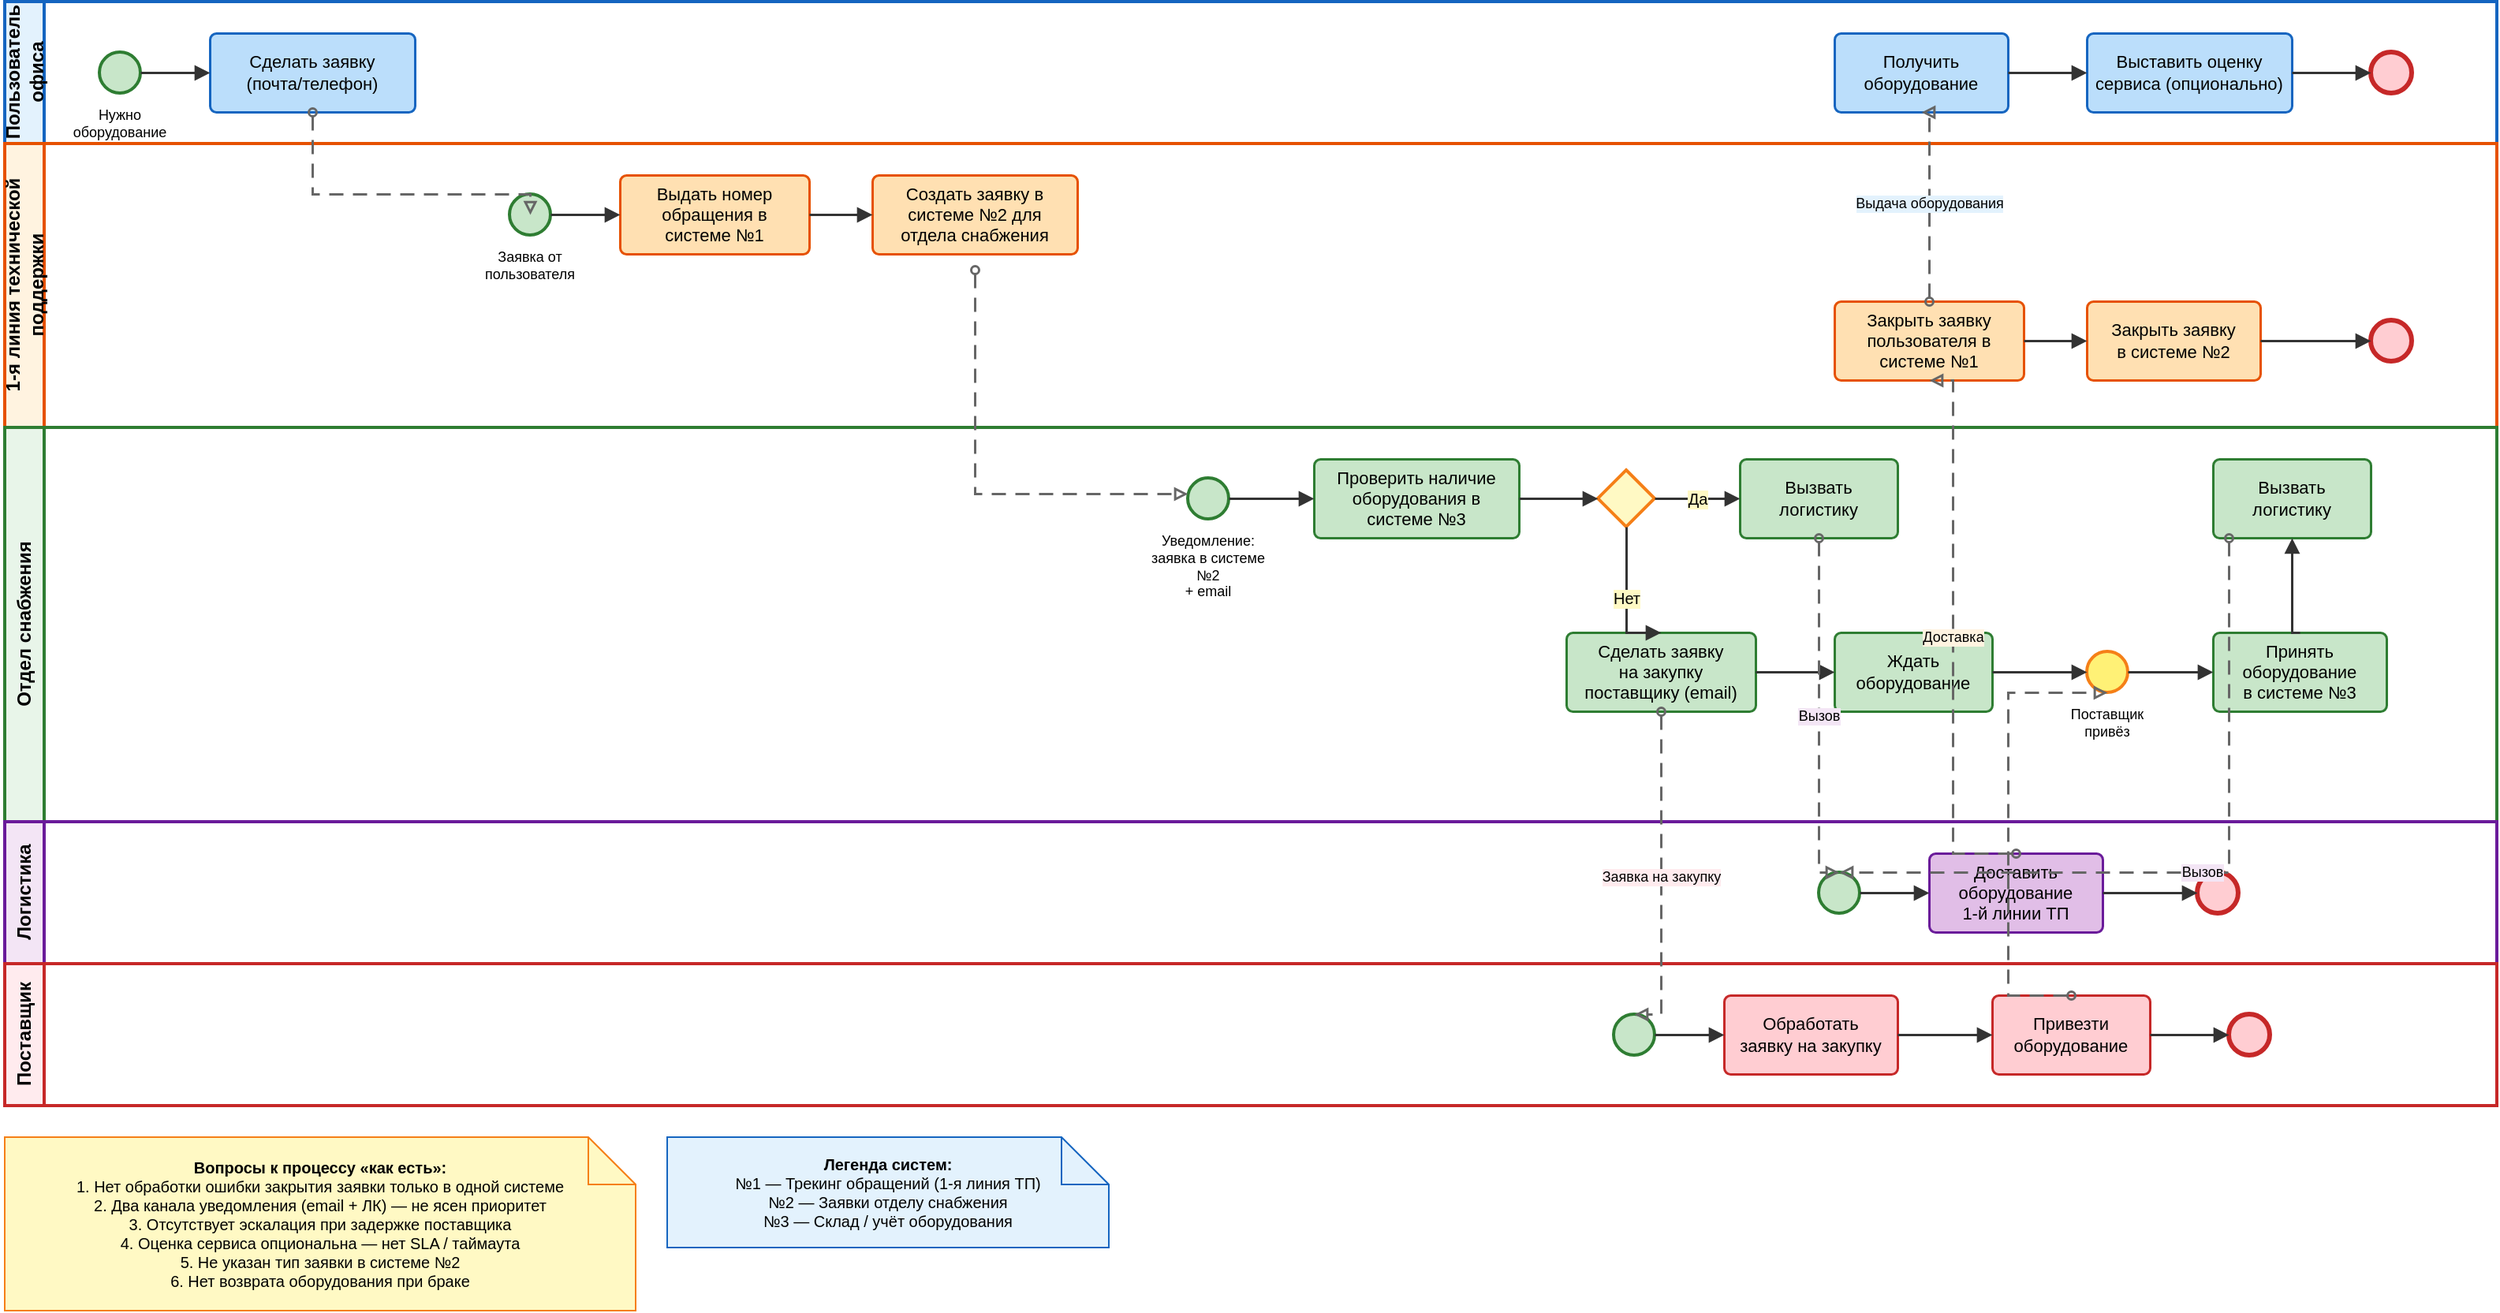
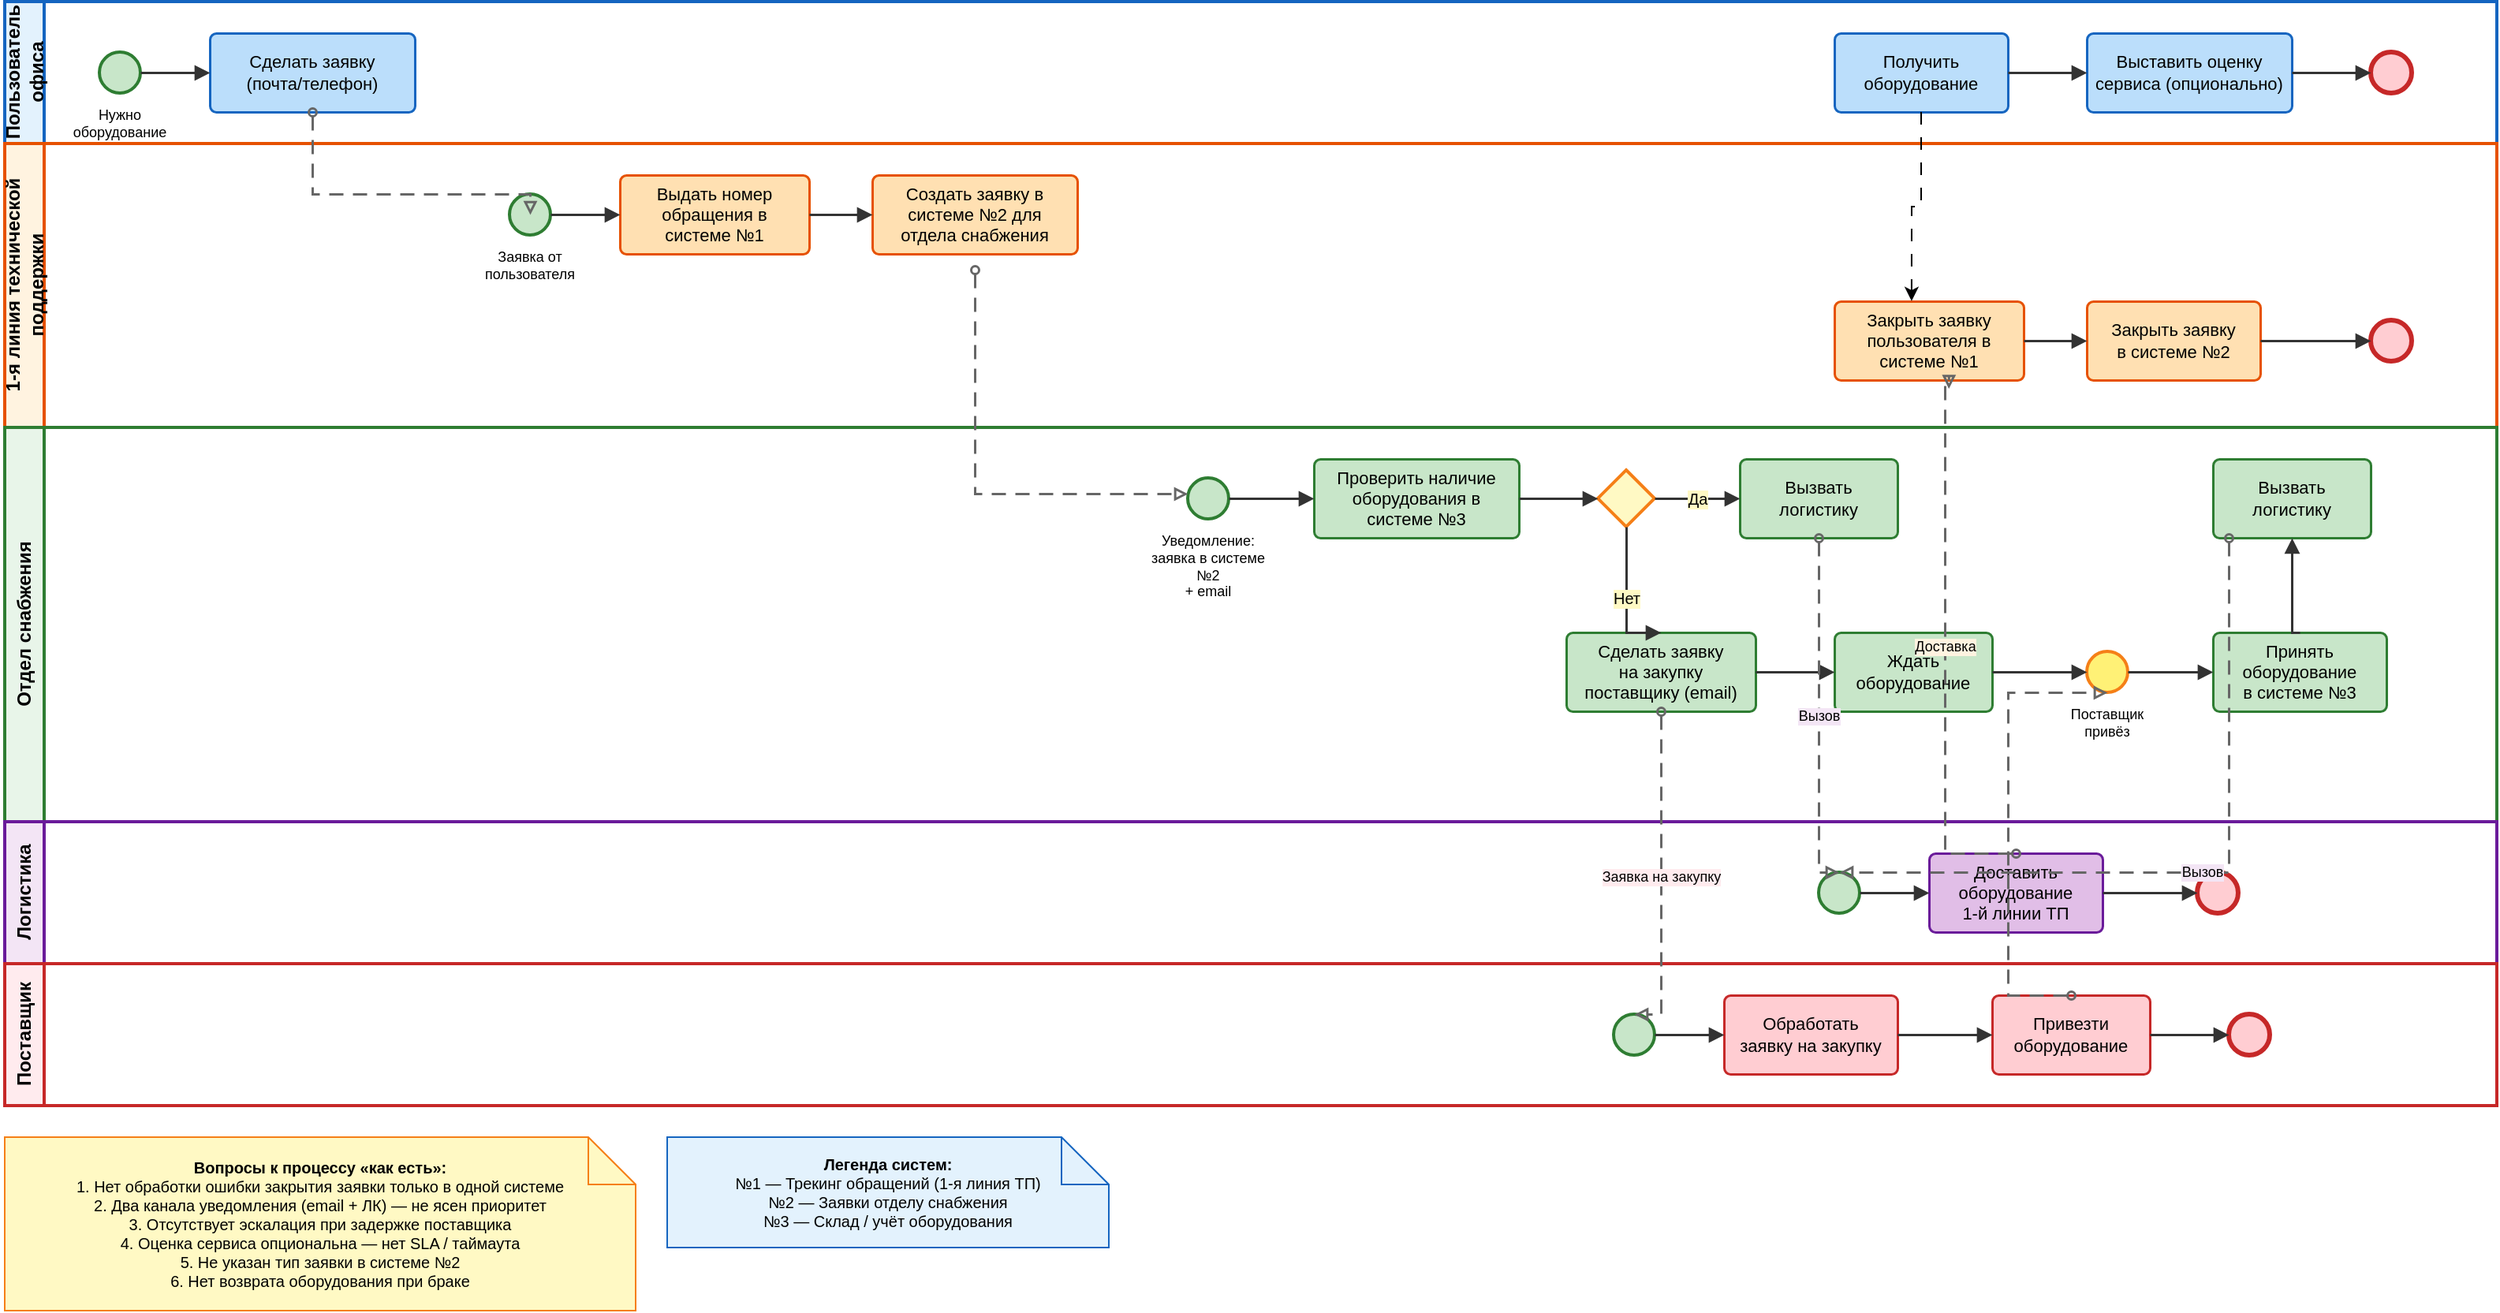
<mxfile host="app.diagrams.net" agent="Kimi">
  <diagram name="BPMN IT Equipment" id="it-equipment-bpmn">
    <mxGraphModel dx="2308" dy="875" grid="1" gridSize="10" guides="1" tooltips="1" connect="1" arrows="1" fold="1" page="1" pageScale="1" pageWidth="1700" pageHeight="1100" math="0" shadow="0">
      <root>
        <mxCell id="0" />
        <mxCell id="1" parent="0" />
        <mxCell id="pool-user" parent="1" style="swimlane;horizontal=0;startSize=25;swimlaneLine=1;collapsible=0;fontStyle=1;fillColor=#E3F2FD;strokeColor=#1565C0;strokeWidth=2;fontSize=12;whiteSpace=wrap;" value="Пользователь офиса" vertex="1">
          <mxGeometry height="90" width="1580" x="40" y="40" as="geometry" />
        </mxCell>
        <mxCell id="start-user" parent="pool-user" style="ellipse;whiteSpace=wrap;html=1;aspect=fixed;fillColor=#C8E6C9;strokeColor=#2E7D32;strokeWidth=2;" value="" vertex="1">
          <mxGeometry height="26" width="26" x="60" y="32" as="geometry" />
        </mxCell>
        <mxCell id="lbl-start-user" parent="pool-user" style="text;html=1;strokeColor=none;fillColor=none;align=center;verticalAlign=top;whiteSpace=wrap;rounded=0;fontSize=9;" value="Нужно&#xa;оборудование" vertex="1">
          <mxGeometry height="28" width="60" x="43" y="60" as="geometry" />
        </mxCell>
        <mxCell id="task-req" parent="pool-user" style="rounded=1;whiteSpace=wrap;html=1;arcSize=8;fillColor=#BBDEFB;strokeColor=#1565C0;strokeWidth=1.5;fontSize=11;" value="Сделать заявку&#xa;(почта/телефон)" vertex="1">
          <mxGeometry height="50" width="130" x="130" y="20" as="geometry" />
        </mxCell>
        <mxCell id="task-receive" parent="pool-user" style="rounded=1;whiteSpace=wrap;html=1;arcSize=8;fillColor=#BBDEFB;strokeColor=#1565C0;strokeWidth=1.5;fontSize=11;" value="Получить&#xa;оборудование" vertex="1">
          <mxGeometry height="50" width="110" x="1160" y="20" as="geometry" />
        </mxCell>
        <mxCell id="task-rate" parent="pool-user" style="rounded=1;whiteSpace=wrap;html=1;arcSize=8;fillColor=#BBDEFB;strokeColor=#1565C0;strokeWidth=1.5;fontSize=11;" value="Выставить оценку&#xa;сервиса (опционально)" vertex="1">
          <mxGeometry height="50" width="130" x="1320" y="20" as="geometry" />
        </mxCell>
        <mxCell id="end-user" parent="pool-user" style="ellipse;whiteSpace=wrap;html=1;aspect=fixed;fillColor=#FFCDD2;strokeColor=#C62828;strokeWidth=3;" value="" vertex="1">
          <mxGeometry height="26" width="26" x="1500" y="32" as="geometry" />
        </mxCell>
        <mxCell id="sf1" edge="1" parent="pool-user" source="start-user" style="edgeStyle=orthogonalEdgeStyle;rounded=0;orthogonalLoop=1;jettySize=auto;html=1;exitX=1;exitY=0.5;exitDx=0;exitDy=0;entryX=0;entryY=0.5;entryDx=0;entryDy=0;strokeColor=#333333;strokeWidth=1.5;endArrow=block;endFill=1;" target="task-req" value="">
          <mxGeometry relative="1" as="geometry" />
        </mxCell>
        <mxCell id="sf2" edge="1" parent="pool-user" source="task-receive" style="edgeStyle=orthogonalEdgeStyle;rounded=0;orthogonalLoop=1;jettySize=auto;html=1;exitX=1;exitY=0.5;exitDx=0;exitDy=0;entryX=0;entryY=0.5;entryDx=0;entryDy=0;strokeColor=#333333;strokeWidth=1.5;endArrow=block;endFill=1;" target="task-rate" value="">
          <mxGeometry relative="1" as="geometry" />
        </mxCell>
        <mxCell id="sf3" edge="1" parent="pool-user" source="task-rate" style="edgeStyle=orthogonalEdgeStyle;rounded=0;orthogonalLoop=1;jettySize=auto;html=1;exitX=1;exitY=0.5;exitDx=0;exitDy=0;entryX=0;entryY=0.5;entryDx=0;entryDy=0;strokeColor=#333333;strokeWidth=1.5;endArrow=block;endFill=1;" target="end-user" value="">
          <mxGeometry relative="1" as="geometry" />
        </mxCell>
        <mxCell id="pool-l1" parent="1" style="swimlane;horizontal=0;startSize=25;swimlaneLine=1;collapsible=0;fontStyle=1;fillColor=#FFF3E0;strokeColor=#E65100;strokeWidth=2;fontSize=12;whiteSpace=wrap;" value="1-я линия технической поддержки" vertex="1">
          <mxGeometry height="180" width="1580" x="40" y="130" as="geometry" />
        </mxCell>
        <mxCell id="start-l1" parent="pool-l1" style="ellipse;whiteSpace=wrap;html=1;aspect=fixed;fillColor=#C8E6C9;strokeColor=#2E7D32;strokeWidth=2;" value="" vertex="1">
          <mxGeometry height="26" width="26" x="320" y="32" as="geometry" />
        </mxCell>
        <mxCell id="lbl-start-l1" parent="pool-l1" style="text;html=1;strokeColor=none;fillColor=none;align=center;verticalAlign=top;whiteSpace=wrap;rounded=0;fontSize=9;" value="Заявка от&#xa;пользователя" vertex="1">
          <mxGeometry height="28" width="60" x="303" y="60" as="geometry" />
        </mxCell>
        <mxCell id="task-ticket1" parent="pool-l1" style="rounded=1;whiteSpace=wrap;html=1;arcSize=8;fillColor=#FFE0B2;strokeColor=#E65100;strokeWidth=1.5;fontSize=11;" value="Выдать номер&#xa;обращения в&#xa;системе №1" vertex="1">
          <mxGeometry height="50" width="120" x="390" y="20" as="geometry" />
        </mxCell>
        <mxCell id="task-create-req" parent="pool-l1" style="rounded=1;whiteSpace=wrap;html=1;arcSize=8;fillColor=#FFE0B2;strokeColor=#E65100;strokeWidth=1.5;fontSize=11;" value="Создать заявку в&#xa;системе №2 для&#xa;отдела снабжения" vertex="1">
          <mxGeometry height="50" width="130" x="550" y="20" as="geometry" />
        </mxCell>
        <mxCell id="task-close1" parent="pool-l1" style="rounded=1;whiteSpace=wrap;html=1;arcSize=8;fillColor=#FFE0B2;strokeColor=#E65100;strokeWidth=1.5;fontSize=11;" value="Закрыть заявку&#xa;пользователя в&#xa;системе №1" vertex="1">
          <mxGeometry height="50" width="120" x="1160" y="100" as="geometry" />
        </mxCell>
        <mxCell id="task-close2" parent="pool-l1" style="rounded=1;whiteSpace=wrap;html=1;arcSize=8;fillColor=#FFE0B2;strokeColor=#E65100;strokeWidth=1.5;fontSize=11;" value="Закрыть заявку&#xa;в системе №2" vertex="1">
          <mxGeometry height="50" width="110" x="1320" y="100" as="geometry" />
        </mxCell>
        <mxCell id="end-l1" parent="pool-l1" style="ellipse;whiteSpace=wrap;html=1;aspect=fixed;fillColor=#FFCDD2;strokeColor=#C62828;strokeWidth=3;" value="" vertex="1">
          <mxGeometry height="26" width="26" x="1500" y="112" as="geometry" />
        </mxCell>
        <mxCell id="sf4" edge="1" parent="pool-l1" source="start-l1" style="edgeStyle=orthogonalEdgeStyle;rounded=0;orthogonalLoop=1;jettySize=auto;html=1;exitX=1;exitY=0.5;exitDx=0;exitDy=0;entryX=0;entryY=0.5;entryDx=0;entryDy=0;strokeColor=#333333;strokeWidth=1.5;endArrow=block;endFill=1;" target="task-ticket1" value="">
          <mxGeometry relative="1" as="geometry" />
        </mxCell>
        <mxCell id="sf5" edge="1" parent="pool-l1" source="task-ticket1" style="edgeStyle=orthogonalEdgeStyle;rounded=0;orthogonalLoop=1;jettySize=auto;html=1;exitX=1;exitY=0.5;exitDx=0;exitDy=0;entryX=0;entryY=0.5;entryDx=0;entryDy=0;strokeColor=#333333;strokeWidth=1.5;endArrow=block;endFill=1;" target="task-create-req" value="">
          <mxGeometry relative="1" as="geometry" />
        </mxCell>
        <mxCell id="sf6" edge="1" parent="pool-l1" source="task-close1" style="edgeStyle=orthogonalEdgeStyle;rounded=0;orthogonalLoop=1;jettySize=auto;html=1;exitX=1;exitY=0.5;exitDx=0;exitDy=0;entryX=0;entryY=0.5;entryDx=0;entryDy=0;strokeColor=#333333;strokeWidth=1.5;endArrow=block;endFill=1;" target="task-close2" value="">
          <mxGeometry relative="1" as="geometry" />
        </mxCell>
        <mxCell id="sf7" edge="1" parent="pool-l1" source="task-close2" style="edgeStyle=orthogonalEdgeStyle;rounded=0;orthogonalLoop=1;jettySize=auto;html=1;exitX=1;exitY=0.5;exitDx=0;exitDy=0;entryX=0;entryY=0.5;entryDx=0;entryDy=0;strokeColor=#333333;strokeWidth=1.5;endArrow=block;endFill=1;" target="end-l1" value="">
          <mxGeometry relative="1" as="geometry" />
        </mxCell>
        <mxCell id="pool-supply" parent="1" style="swimlane;horizontal=0;startSize=25;swimlaneLine=1;collapsible=0;fontStyle=1;fillColor=#E8F5E9;strokeColor=#2E7D32;strokeWidth=2;fontSize=12;whiteSpace=wrap;" value="Отдел снабжения" vertex="1">
          <mxGeometry height="250" width="1580" x="40" y="310" as="geometry" />
        </mxCell>
        <mxCell id="start-supply" parent="pool-supply" style="ellipse;whiteSpace=wrap;html=1;aspect=fixed;fillColor=#C8E6C9;strokeColor=#2E7D32;strokeWidth=2;" value="" vertex="1">
          <mxGeometry height="26" width="26" x="750" y="32" as="geometry" />
        </mxCell>
        <mxCell id="lbl-start-supply" parent="pool-supply" style="text;html=1;strokeColor=none;fillColor=none;align=center;verticalAlign=top;whiteSpace=wrap;rounded=0;fontSize=9;" value="Уведомление:&#xa;заявка в системе №2&#xa;+ email" vertex="1">
          <mxGeometry height="36" width="86" x="720" y="60" as="geometry" />
        </mxCell>
        <mxCell id="task-check" parent="pool-supply" style="rounded=1;whiteSpace=wrap;html=1;arcSize=8;fillColor=#C8E6C9;strokeColor=#2E7D32;strokeWidth=1.5;fontSize=11;" value="Проверить наличие&#xa;оборудования в&#xa;системе №3" vertex="1">
          <mxGeometry height="50" width="130" x="830" y="20" as="geometry" />
        </mxCell>
        <mxCell id="gateway-check" parent="pool-supply" style="rhombus;whiteSpace=wrap;html=1;fillColor=#FFF9C4;strokeColor=#F57F17;strokeWidth=2;" value="" vertex="1">
          <mxGeometry height="36" width="36" x="1010" y="27" as="geometry" />
        </mxCell>
        <mxCell id="task-call-log-yes" parent="pool-supply" style="rounded=1;whiteSpace=wrap;html=1;arcSize=8;fillColor=#C8E6C9;strokeColor=#2E7D32;strokeWidth=1.5;fontSize=11;" value="Вызвать&#xa;логистику" vertex="1">
          <mxGeometry height="50" width="100" x="1100" y="20" as="geometry" />
        </mxCell>
        <mxCell id="task-order" parent="pool-supply" style="rounded=1;whiteSpace=wrap;html=1;arcSize=8;fillColor=#C8E6C9;strokeColor=#2E7D32;strokeWidth=1.5;fontSize=11;" value="Сделать заявку&#xa;на закупку&#xa;поставщику (email)" vertex="1">
          <mxGeometry height="50" width="120" x="990" y="130" as="geometry" />
        </mxCell>
        <mxCell id="task-wait" parent="pool-supply" style="rounded=1;whiteSpace=wrap;html=1;arcSize=8;fillColor=#C8E6C9;strokeColor=#2E7D32;strokeWidth=1.5;fontSize=11;" value="Ждать&#xa;оборудование" vertex="1">
          <mxGeometry height="50" width="100" x="1160" y="130" as="geometry" />
        </mxCell>
        <mxCell id="event-receive" parent="pool-supply" style="ellipse;whiteSpace=wrap;html=1;aspect=fixed;fillColor=#FFF176;strokeColor=#F57F17;strokeWidth=2;" value="" vertex="1">
          <mxGeometry height="26" width="26" x="1320" y="142" as="geometry" />
        </mxCell>
        <mxCell id="lbl-receive" parent="pool-supply" style="text;html=1;strokeColor=none;fillColor=none;align=center;verticalAlign=top;whiteSpace=wrap;rounded=0;fontSize=9;" value="Поставщик&#xa;привёз" vertex="1">
          <mxGeometry height="24" width="60" x="1303" y="170" as="geometry" />
        </mxCell>
        <mxCell id="task-accept" parent="pool-supply" style="rounded=1;whiteSpace=wrap;html=1;arcSize=8;fillColor=#C8E6C9;strokeColor=#2E7D32;strokeWidth=1.5;fontSize=11;" value="Принять&#xa;оборудование&#xa;в системе №3" vertex="1">
          <mxGeometry height="50" width="110" x="1400" y="130" as="geometry" />
        </mxCell>
        <mxCell id="task-call-log-no" parent="pool-supply" style="rounded=1;whiteSpace=wrap;html=1;arcSize=8;fillColor=#C8E6C9;strokeColor=#2E7D32;strokeWidth=1.5;fontSize=11;" value="Вызвать&#xa;логистику" vertex="1">
          <mxGeometry height="50" width="100" x="1400" y="20" as="geometry" />
        </mxCell>
        <mxCell id="sf8" edge="1" parent="pool-supply" source="start-supply" style="edgeStyle=orthogonalEdgeStyle;rounded=0;orthogonalLoop=1;jettySize=auto;html=1;exitX=1;exitY=0.5;exitDx=0;exitDy=0;entryX=0;entryY=0.5;entryDx=0;entryDy=0;strokeColor=#333333;strokeWidth=1.5;endArrow=block;endFill=1;" target="task-check" value="">
          <mxGeometry relative="1" as="geometry" />
        </mxCell>
        <mxCell id="sf9" edge="1" parent="pool-supply" source="task-check" style="edgeStyle=orthogonalEdgeStyle;rounded=0;orthogonalLoop=1;jettySize=auto;html=1;exitX=1;exitY=0.5;exitDx=0;exitDy=0;entryX=0;entryY=0.5;entryDx=0;entryDy=0;strokeColor=#333333;strokeWidth=1.5;endArrow=block;endFill=1;" target="gateway-check" value="">
          <mxGeometry relative="1" as="geometry" />
        </mxCell>
        <mxCell id="sf10" edge="1" parent="pool-supply" source="gateway-check" style="edgeStyle=orthogonalEdgeStyle;rounded=0;orthogonalLoop=1;jettySize=auto;html=1;exitX=1;exitY=0.5;exitDx=0;exitDy=0;entryX=0;entryY=0.5;entryDx=0;entryDy=0;strokeColor=#333333;strokeWidth=1.5;endArrow=block;endFill=1;labelBackgroundColor=#FFF9C4;fontSize=10;" target="task-call-log-yes" value="Да">
          <mxGeometry relative="1" as="geometry" />
        </mxCell>
        <mxCell id="sf11" edge="1" parent="pool-supply" source="gateway-check" style="edgeStyle=orthogonalEdgeStyle;rounded=0;orthogonalLoop=1;jettySize=auto;html=1;exitX=0.5;exitY=1;exitDx=0;exitDy=0;entryX=0.5;entryY=0;entryDx=0;entryDy=0;strokeColor=#333333;strokeWidth=1.5;endArrow=block;endFill=1;labelBackgroundColor=#FFF9C4;fontSize=10;" target="task-order" value="Нет">
          <mxGeometry relative="1" as="geometry">
            <Array as="points">
              <mxPoint x="1028" y="130" />
            </Array>
          </mxGeometry>
        </mxCell>
        <mxCell id="sf12" edge="1" parent="pool-supply" source="task-order" style="edgeStyle=orthogonalEdgeStyle;rounded=0;orthogonalLoop=1;jettySize=auto;html=1;exitX=1;exitY=0.5;exitDx=0;exitDy=0;entryX=0;entryY=0.5;entryDx=0;entryDy=0;strokeColor=#333333;strokeWidth=1.5;endArrow=block;endFill=1;" target="task-wait" value="">
          <mxGeometry relative="1" as="geometry" />
        </mxCell>
        <mxCell id="sf13" edge="1" parent="pool-supply" source="task-wait" style="edgeStyle=orthogonalEdgeStyle;rounded=0;orthogonalLoop=1;jettySize=auto;html=1;exitX=1;exitY=0.5;exitDx=0;exitDy=0;entryX=0;entryY=0.5;entryDx=0;entryDy=0;strokeColor=#333333;strokeWidth=1.5;endArrow=block;endFill=1;" target="event-receive" value="">
          <mxGeometry relative="1" as="geometry" />
        </mxCell>
        <mxCell id="sf14" edge="1" parent="pool-supply" source="event-receive" style="edgeStyle=orthogonalEdgeStyle;rounded=0;orthogonalLoop=1;jettySize=auto;html=1;exitX=1;exitY=0.5;exitDx=0;exitDy=0;entryX=0;entryY=0.5;entryDx=0;entryDy=0;strokeColor=#333333;strokeWidth=1.5;endArrow=block;endFill=1;" target="task-accept" value="">
          <mxGeometry relative="1" as="geometry" />
        </mxCell>
        <mxCell id="sf15" edge="1" parent="pool-supply" source="task-accept" style="edgeStyle=orthogonalEdgeStyle;rounded=0;orthogonalLoop=1;jettySize=auto;html=1;exitX=0.5;exitY=0;exitDx=0;exitDy=0;entryX=0.5;entryY=1;entryDx=0;entryDy=0;strokeColor=#333333;strokeWidth=1.5;endArrow=block;endFill=1;" target="task-call-log-no" value="">
          <mxGeometry relative="1" as="geometry">
            <Array as="points">
              <mxPoint x="1450" y="130" />
            </Array>
          </mxGeometry>
        </mxCell>
        <mxCell id="mf2" edge="1" parent="pool-supply" style="edgeStyle=orthogonalEdgeStyle;rounded=0;orthogonalLoop=1;jettySize=auto;html=1;exitX=0.5;exitY=1;exitDx=0;exitDy=0;strokeColor=#666666;strokeWidth=1.5;dashed=1;dashPattern=6 4;startArrow=oval;startFill=0;startSize=5;endArrow=block;endFill=0;endSize=5;" value="">
          <mxGeometry relative="1" as="geometry">
            <Array as="points">
              <mxPoint x="615" y="42" />
            </Array>
            <mxPoint x="615" y="-100" as="sourcePoint" />
            <mxPoint x="750" y="42" as="targetPoint" />
          </mxGeometry>
        </mxCell>
        <mxCell id="pool-log" parent="1" style="swimlane;horizontal=0;startSize=25;swimlaneLine=1;collapsible=0;fontStyle=1;fillColor=#F3E5F5;strokeColor=#6A1B9A;strokeWidth=2;fontSize=12;whiteSpace=wrap;" value="Логистика" vertex="1">
          <mxGeometry height="90" width="1580" x="40" y="560" as="geometry" />
        </mxCell>
        <mxCell id="start-log" parent="pool-log" style="ellipse;whiteSpace=wrap;html=1;aspect=fixed;fillColor=#C8E6C9;strokeColor=#2E7D32;strokeWidth=2;" value="" vertex="1">
          <mxGeometry height="26" width="26" x="1150" y="32" as="geometry" />
        </mxCell>
        <mxCell id="task-deliver" parent="pool-log" style="rounded=1;whiteSpace=wrap;html=1;arcSize=8;fillColor=#E1BEE7;strokeColor=#6A1B9A;strokeWidth=1.5;fontSize=11;" value="Доставить&#xa;оборудование&#xa;1-й линии ТП" vertex="1">
          <mxGeometry height="50" width="110" x="1220" y="20" as="geometry" />
        </mxCell>
        <mxCell id="end-log" parent="pool-log" style="ellipse;whiteSpace=wrap;html=1;aspect=fixed;fillColor=#FFCDD2;strokeColor=#C62828;strokeWidth=3;" value="" vertex="1">
          <mxGeometry height="26" width="26" x="1390" y="32" as="geometry" />
        </mxCell>
        <mxCell id="sf16" edge="1" parent="pool-log" source="start-log" style="edgeStyle=orthogonalEdgeStyle;rounded=0;orthogonalLoop=1;jettySize=auto;html=1;exitX=1;exitY=0.5;exitDx=0;exitDy=0;entryX=0;entryY=0.5;entryDx=0;entryDy=0;strokeColor=#333333;strokeWidth=1.5;endArrow=block;endFill=1;" target="task-deliver" value="">
          <mxGeometry relative="1" as="geometry" />
        </mxCell>
        <mxCell id="sf17" edge="1" parent="pool-log" source="task-deliver" style="edgeStyle=orthogonalEdgeStyle;rounded=0;orthogonalLoop=1;jettySize=auto;html=1;exitX=1;exitY=0.5;exitDx=0;exitDy=0;entryX=0;entryY=0.5;entryDx=0;entryDy=0;strokeColor=#333333;strokeWidth=1.5;endArrow=block;endFill=1;" target="end-log" value="">
          <mxGeometry relative="1" as="geometry" />
        </mxCell>
        <mxCell id="pool-vendor" parent="1" style="swimlane;horizontal=0;startSize=25;swimlaneLine=1;collapsible=0;fontStyle=1;fillColor=#FFEBEE;strokeColor=#C62828;strokeWidth=2;fontSize=12;whiteSpace=wrap;" value="Поставщик" vertex="1">
          <mxGeometry height="90" width="1580" x="40" y="650" as="geometry" />
        </mxCell>
        <mxCell id="start-vendor" parent="pool-vendor" style="ellipse;whiteSpace=wrap;html=1;aspect=fixed;fillColor=#C8E6C9;strokeColor=#2E7D32;strokeWidth=2;" value="" vertex="1">
          <mxGeometry height="26" width="26" x="1020" y="32" as="geometry" />
        </mxCell>
        <mxCell id="task-process" parent="pool-vendor" style="rounded=1;whiteSpace=wrap;html=1;arcSize=8;fillColor=#FFCDD2;strokeColor=#C62828;strokeWidth=1.5;fontSize=11;" value="Обработать&#xa;заявку на закупку" vertex="1">
          <mxGeometry height="50" width="110" x="1090" y="20" as="geometry" />
        </mxCell>
        <mxCell id="task-ship" parent="pool-vendor" style="rounded=1;whiteSpace=wrap;html=1;arcSize=8;fillColor=#FFCDD2;strokeColor=#C62828;strokeWidth=1.5;fontSize=11;" value="Привезти&#xa;оборудование" vertex="1">
          <mxGeometry height="50" width="100" x="1260" y="20" as="geometry" />
        </mxCell>
        <mxCell id="end-vendor" parent="pool-vendor" style="ellipse;whiteSpace=wrap;html=1;aspect=fixed;fillColor=#FFCDD2;strokeColor=#C62828;strokeWidth=3;" value="" vertex="1">
          <mxGeometry height="26" width="26" x="1410" y="32" as="geometry" />
        </mxCell>
        <mxCell id="sf18" edge="1" parent="pool-vendor" source="start-vendor" style="edgeStyle=orthogonalEdgeStyle;rounded=0;orthogonalLoop=1;jettySize=auto;html=1;exitX=1;exitY=0.5;exitDx=0;exitDy=0;entryX=0;entryY=0.5;entryDx=0;entryDy=0;strokeColor=#333333;strokeWidth=1.5;endArrow=block;endFill=1;" target="task-process" value="">
          <mxGeometry relative="1" as="geometry" />
        </mxCell>
        <mxCell id="sf19" edge="1" parent="pool-vendor" source="task-process" style="edgeStyle=orthogonalEdgeStyle;rounded=0;orthogonalLoop=1;jettySize=auto;html=1;exitX=1;exitY=0.5;exitDx=0;exitDy=0;entryX=0;entryY=0.5;entryDx=0;entryDy=0;strokeColor=#333333;strokeWidth=1.5;endArrow=block;endFill=1;" target="task-ship" value="">
          <mxGeometry relative="1" as="geometry" />
        </mxCell>
        <mxCell id="sf20" edge="1" parent="pool-vendor" source="task-ship" style="edgeStyle=orthogonalEdgeStyle;rounded=0;orthogonalLoop=1;jettySize=auto;html=1;exitX=1;exitY=0.5;exitDx=0;exitDy=0;entryX=0;entryY=0.5;entryDx=0;entryDy=0;strokeColor=#333333;strokeWidth=1.5;endArrow=block;endFill=1;" target="end-vendor" value="">
          <mxGeometry relative="1" as="geometry" />
        </mxCell>
        <mxCell id="mf1" edge="1" parent="1" source="task-req" style="edgeStyle=orthogonalEdgeStyle;rounded=0;orthogonalLoop=1;jettySize=auto;html=1;exitX=0.5;exitY=1;exitDx=0;exitDy=0;strokeColor=#666666;strokeWidth=1.5;dashed=1;dashPattern=6 4;startArrow=oval;startFill=0;startSize=5;endArrow=block;endFill=0;endSize=5;" value="">
          <mxGeometry relative="1" as="geometry">
            <Array as="points">
              <mxPoint x="235" y="162" />
            </Array>
            <mxPoint x="373" y="175" as="targetPoint" />
          </mxGeometry>
        </mxCell>
        <mxCell id="mf3" edge="1" parent="1" source="task-call-log-yes" style="edgeStyle=orthogonalEdgeStyle;rounded=0;orthogonalLoop=1;jettySize=auto;html=1;exitX=0.5;exitY=1;exitDx=0;exitDy=0;entryX=0.5;entryY=0;entryDx=0;entryDy=0;strokeColor=#666666;strokeWidth=1.5;dashed=1;dashPattern=6 4;startArrow=oval;startFill=0;startSize=5;endArrow=block;endFill=0;endSize=5;fontSize=9;labelBackgroundColor=#F3E5F5;" target="start-log" value="Вызов">
          <mxGeometry relative="1" as="geometry">
            <Array as="points">
              <mxPoint x="1190" y="592" />
            </Array>
          </mxGeometry>
        </mxCell>
        <mxCell id="mf4" edge="1" parent="1" style="edgeStyle=orthogonalEdgeStyle;rounded=0;orthogonalLoop=1;jettySize=auto;html=1;entryX=0.5;entryY=0;entryDx=0;entryDy=0;strokeColor=#666666;strokeWidth=1.5;dashed=1;dashPattern=6 4;startArrow=oval;startFill=0;startSize=5;endArrow=block;endFill=0;endSize=5;fontSize=9;labelBackgroundColor=#F3E5F5;" target="start-log" value="Вызов">
          <mxGeometry relative="1" as="geometry">
            <Array as="points">
              <mxPoint x="1450" y="380" />
              <mxPoint x="1450" y="592" />
            </Array>
            <mxPoint x="1450" y="380" as="sourcePoint" />
          </mxGeometry>
        </mxCell>
        <mxCell id="mf5" edge="1" parent="1" source="task-order" style="edgeStyle=orthogonalEdgeStyle;rounded=0;orthogonalLoop=1;jettySize=auto;html=1;exitX=0.5;exitY=1;exitDx=0;exitDy=0;entryX=0.5;entryY=0;entryDx=0;entryDy=0;strokeColor=#666666;strokeWidth=1.5;dashed=1;dashPattern=6 4;startArrow=oval;startFill=0;startSize=5;endArrow=block;endFill=0;endSize=5;fontSize=9;labelBackgroundColor=#FFEBEE;" target="start-vendor" value="Заявка на закупку">
          <mxGeometry relative="1" as="geometry">
            <Array as="points">
              <mxPoint x="1090" y="682" />
            </Array>
          </mxGeometry>
        </mxCell>
        <mxCell id="mf6" edge="1" parent="1" source="task-ship" style="edgeStyle=orthogonalEdgeStyle;rounded=0;orthogonalLoop=1;jettySize=auto;html=1;exitX=0.5;exitY=0;exitDx=0;exitDy=0;entryX=0.5;entryY=1;entryDx=0;entryDy=0;strokeColor=#666666;strokeWidth=1.5;dashed=1;dashPattern=6 4;startArrow=oval;startFill=0;startSize=5;endArrow=block;endFill=0;endSize=5;" target="event-receive" value="">
          <mxGeometry relative="1" as="geometry">
            <Array as="points">
              <mxPoint x="1310" y="670" />
              <mxPoint x="1310" y="478" />
            </Array>
          </mxGeometry>
        </mxCell>
-         <mxCell id="mf7" edge="1" parent="1" source="task-deliver" style="edgeStyle=orthogonalEdgeStyle;rounded=0;orthogonalLoop=1;jettySize=auto;html=1;exitX=0.5;exitY=0;exitDx=0;exitDy=0;entryX=0.5;entryY=1;entryDx=0;entryDy=0;strokeColor=#666666;strokeWidth=1.5;dashed=1;dashPattern=6 4;startArrow=oval;startFill=0;startSize=5;endArrow=block;endFill=0;endSize=5;fontSize=9;labelBackgroundColor=#FFF3E0;" target="task-close1" value="Доставка">
-           <mxGeometry relative="1" as="geometry">
-             <Array as="points">
-               <mxPoint x="1275" y="580" />
-               <mxPoint x="1275" y="280" />
-             </Array>
-           </mxGeometry>
-         </mxCell>
-         <mxCell id="mf8" edge="1" parent="1" source="task-close1" style="edgeStyle=orthogonalEdgeStyle;rounded=0;orthogonalLoop=1;jettySize=auto;html=1;exitX=0.5;exitY=0;exitDx=0;exitDy=0;entryX=0.5;entryY=1;entryDx=0;entryDy=0;strokeColor=#666666;strokeWidth=1.5;dashed=1;dashPattern=6 4;startArrow=oval;startFill=0;startSize=5;endArrow=block;endFill=0;endSize=5;fontSize=9;labelBackgroundColor=#E3F2FD;" target="task-receive" value="Выдача оборудования">
-           <mxGeometry relative="1" as="geometry">
-             <Array as="points">
-               <mxPoint x="1260" y="110" />
+         <mxCell id="mf7" edge="1" parent="1" source="task-deliver" style="edgeStyle=orthogonalEdgeStyle;rounded=0;orthogonalLoop=1;jettySize=auto;html=1;exitX=0.5;exitY=0;exitDx=0;exitDy=0;entryX=0.603;entryY=1.106;entryDx=0;entryDy=0;strokeColor=#666666;strokeWidth=1.5;dashed=1;dashPattern=6 4;startArrow=oval;startFill=0;startSize=5;endArrow=block;endFill=0;endSize=5;fontSize=9;labelBackgroundColor=#FFF3E0;entryPerimeter=0;" target="task-close1" value="Доставка">
+           <mxGeometry relative="1" as="geometry">
+             <Array as="points">
+               <mxPoint x="1270" y="580" />
+               <mxPoint x="1270" y="280" />
+               <mxPoint x="1272" y="280" />
            </Array>
          </mxGeometry>
        </mxCell>
        <mxCell id="note1" parent="1" style="shape=note;whiteSpace=wrap;html=1;backgroundOutline=1;fillColor=#FFF9C4;strokeColor=#F57F17;fontSize=10;" value="&lt;b&gt;Вопросы к процессу «как есть»:&lt;/b&gt;&lt;br&gt;1. Нет обработки ошибки закрытия заявки только в одной системе&lt;br&gt;2. Два канала уведомления (email + ЛК) — не ясен приоритет&lt;br&gt;3. Отсутствует эскалация при задержке поставщика&lt;br&gt;4. Оценка сервиса опциональна — нет SLA / таймаута&lt;br&gt;5. Не указан тип заявки в системе №2&lt;br&gt;6. Нет возврата оборудования при браке" vertex="1">
          <mxGeometry height="110" width="400" x="40" y="760" as="geometry" />
        </mxCell>
        <mxCell id="note2" parent="1" style="shape=note;whiteSpace=wrap;html=1;backgroundOutline=1;fillColor=#E3F2FD;strokeColor=#1565C0;fontSize=10;" value="&lt;b&gt;Легенда систем:&lt;/b&gt;&lt;br&gt;№1 — Трекинг обращений (1-я линия ТП)&lt;br&gt;№2 — Заявки отделу снабжения&lt;br&gt;№3 — Склад / учёт оборудования" vertex="1">
          <mxGeometry height="70" width="280" x="460" y="760" as="geometry" />
+         </mxCell>
+         <mxCell id="XbenKFMrG471u0wiNJ-_-3" edge="1" parent="1" source="task-receive" style="edgeStyle=orthogonalEdgeStyle;rounded=0;orthogonalLoop=1;jettySize=auto;html=1;entryX=0.408;entryY=-0.002;entryDx=0;entryDy=0;entryPerimeter=0;dashed=1;dashPattern=8 8;" target="task-close1">
+           <mxGeometry relative="1" as="geometry" />
        </mxCell>
      </root>
    </mxGraphModel>
  </diagram>
</mxfile>
